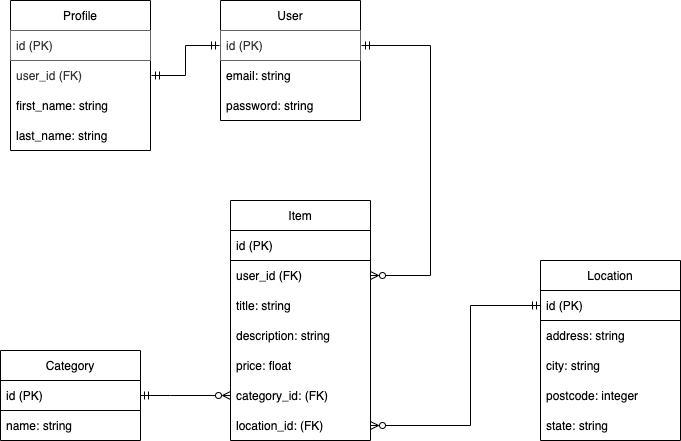
Above: docs/ERD.png in DamonJohnson/Flint (draw.io), before the change. Source tidied: cells renumbered, new cells last; positions are measured from the earlier drawing's top-left corner, leaving out a move shared by most shapes. The source it was exported from:
```xml
<mxGraphModel>
  <root>
    <mxCell id="0" />
    <mxCell id="1" parent="0" />
    <mxCell id="2" style="edgeStyle=orthogonalEdgeStyle;rounded=0;jettySize=auto;html=1;endArrow=ERzeroToMany;endFill=0;startArrow=ERmandOne;startFill=0;entryX=1;entryY=0.5;entryDx=0;entryDy=0;exitX=1;exitY=0.5;exitDx=0;exitDy=0;" parent="1" edge="1" source="5" target="11">
      <mxGeometry relative="1" as="geometry">
        <Array as="points">
          <mxPoint x="430" y="45" />
          <mxPoint x="430" y="275" />
        </Array>
      </mxGeometry>
    </mxCell>
    <mxCell id="3" style="edgeStyle=orthogonalEdgeStyle;rounded=0;jettySize=auto;html=1;endArrow=ERmandOne;endFill=0;startArrow=ERzeroToMany;startFill=0;entryX=0;entryY=0.5;entryDx=0;entryDy=0;exitX=1;exitY=0.5;exitDx=0;exitDy=0;" parent="1" edge="1" source="16" target="21">
      <mxGeometry relative="1" as="geometry">
        <Array as="points">
          <mxPoint x="470" y="425" />
          <mxPoint x="470" y="305" />
        </Array>
      </mxGeometry>
    </mxCell>
    <mxCell id="4" value="User" style="swimlane;fontStyle=0;horizontal=1;startSize=30;" parent="1" vertex="1">
      <mxGeometry x="220" width="140" height="120" as="geometry" />
    </mxCell>
    <mxCell id="5" value="id (PK)" style="text;align=left;verticalAlign=middle;spacingLeft=4;spacingRight=4;overflow=hidden;points=[[0,0.5],[1,0.5]];portConstraint=eastwest;perimeterSpacing=1;fillColor=none;fontColor=#333333;strokeColor=#666666;" parent="4" vertex="1">
      <mxGeometry y="30" width="140" height="30" as="geometry" />
    </mxCell>
    <mxCell id="6" value="email: string" style="text;strokeColor=none;fillColor=none;align=left;verticalAlign=middle;spacingLeft=4;spacingRight=4;overflow=hidden;" parent="4" vertex="1">
      <mxGeometry y="60" width="140" height="30" as="geometry" />
    </mxCell>
    <mxCell id="7" value="password: string" style="text;strokeColor=none;fillColor=none;align=left;verticalAlign=middle;spacingLeft=4;spacingRight=4;overflow=hidden;" parent="4" vertex="1">
      <mxGeometry y="90" width="140" height="30" as="geometry" />
    </mxCell>
    <mxCell id="8" style="edgeStyle=orthogonalEdgeStyle;rounded=0;jettySize=auto;html=1;endArrow=ERmandOne;endFill=0;startArrow=ERzeroToMany;startFill=0;exitX=0;exitY=0.5;exitDx=0;exitDy=0;entryX=1;entryY=0.5;entryDx=0;entryDy=0;" parent="1" edge="1" source="15" target="17">
      <mxGeometry relative="1" as="geometry">
        <Array as="points">
          <mxPoint x="170" y="395" />
          <mxPoint x="170" y="395" />
        </Array>
      </mxGeometry>
    </mxCell>
    <mxCell id="9" value="Item" style="swimlane;fontStyle=0;horizontal=1;startSize=30;" parent="1" vertex="1">
      <mxGeometry x="230" y="200" width="140" height="240" as="geometry" />
    </mxCell>
    <mxCell id="10" value="id (PK)" style="text;strokeColor=default;fillColor=none;align=left;verticalAlign=middle;spacingLeft=4;spacingRight=4;overflow=hidden;" parent="9" vertex="1">
      <mxGeometry y="30" width="140" height="30" as="geometry" />
    </mxCell>
    <mxCell id="11" value="user_id (FK)" style="text;strokeColor=none;fillColor=none;align=left;verticalAlign=middle;spacingLeft=4;spacingRight=4;overflow=hidden;points=[[0,0.5],[1,0.5]];portConstraint=eastwest;" parent="9" vertex="1">
      <mxGeometry y="60" width="140" height="30" as="geometry" />
    </mxCell>
    <mxCell id="12" value="title: string" style="text;strokeColor=none;fillColor=none;align=left;verticalAlign=middle;spacingLeft=4;spacingRight=4;overflow=hidden;" parent="9" vertex="1">
      <mxGeometry y="90" width="140" height="30" as="geometry" />
    </mxCell>
    <mxCell id="13" value="description: string" style="text;strokeColor=none;fillColor=none;align=left;verticalAlign=middle;spacingLeft=4;spacingRight=4;overflow=hidden;" parent="9" vertex="1">
      <mxGeometry y="120" width="140" height="30" as="geometry" />
    </mxCell>
    <mxCell id="14" value="price: float" style="text;strokeColor=none;fillColor=none;align=left;verticalAlign=middle;spacingLeft=4;spacingRight=4;overflow=hidden;" parent="9" vertex="1">
      <mxGeometry y="150" width="140" height="30" as="geometry" />
    </mxCell>
    <mxCell id="15" value="category_id: (FK)" style="text;strokeColor=none;fillColor=none;align=left;verticalAlign=middle;spacingLeft=4;spacingRight=4;overflow=hidden;points=[[0,0.5],[1,0.5]];portConstraint=eastwest;" parent="9" vertex="1">
      <mxGeometry y="180" width="140" height="30" as="geometry" />
    </mxCell>
    <mxCell id="16" value="location_id: (FK)" style="text;strokeColor=none;fillColor=none;align=left;verticalAlign=middle;spacingLeft=4;spacingRight=4;overflow=hidden;points=[[0,0.5],[1,0.5]];portConstraint=eastwest;" parent="9" vertex="1">
      <mxGeometry y="210" width="140" height="30" as="geometry" />
    </mxCell>
    <mxCell id="17" value="Category" style="swimlane;fontStyle=0;horizontal=1;startSize=30;" parent="1" vertex="1">
      <mxGeometry y="350" width="140" height="90" as="geometry" />
    </mxCell>
    <mxCell id="18" value="id (PK)" style="text;align=left;verticalAlign=middle;spacingLeft=4;spacingRight=4;overflow=hidden;strokeColor=default;fillColor=default;" parent="17" vertex="1">
      <mxGeometry y="30" width="140" height="30" as="geometry" />
    </mxCell>
    <mxCell id="19" value="name: string" style="text;strokeColor=none;fillColor=none;align=left;verticalAlign=middle;spacingLeft=4;spacingRight=4;overflow=hidden;" parent="17" vertex="1">
      <mxGeometry y="60" width="140" height="30" as="geometry" />
    </mxCell>
    <mxCell id="20" value="Location" style="swimlane;fontStyle=0;horizontal=1;startSize=30;" parent="1" vertex="1">
      <mxGeometry x="540" y="260" width="140" height="180" as="geometry" />
    </mxCell>
    <mxCell id="21" value="id (PK)" style="text;align=left;verticalAlign=middle;spacingLeft=4;spacingRight=4;overflow=hidden;points=[[0,0.5],[1,0.5]];portConstraint=eastwest;strokeColor=default;" parent="20" vertex="1">
      <mxGeometry y="30" width="140" height="30" as="geometry" />
    </mxCell>
    <mxCell id="22" value="address: string" style="text;align=left;verticalAlign=middle;spacingLeft=4;spacingRight=4;overflow=hidden;strokeColor=none;" parent="20" vertex="1">
      <mxGeometry y="60" width="140" height="30" as="geometry" />
    </mxCell>
    <mxCell id="23" value="city: string" style="text;strokeColor=none;fillColor=none;align=left;verticalAlign=middle;spacingLeft=4;spacingRight=4;overflow=hidden;" parent="20" vertex="1">
      <mxGeometry y="90" width="140" height="30" as="geometry" />
    </mxCell>
    <mxCell id="24" value="postcode: integer" style="text;strokeColor=none;fillColor=none;align=left;verticalAlign=middle;spacingLeft=4;spacingRight=4;overflow=hidden;" parent="20" vertex="1">
      <mxGeometry y="120" width="140" height="30" as="geometry" />
    </mxCell>
    <mxCell id="25" value="state: string" style="text;strokeColor=none;fillColor=none;align=left;verticalAlign=middle;spacingLeft=4;spacingRight=4;overflow=hidden;" parent="20" vertex="1">
      <mxGeometry y="150" width="140" height="30" as="geometry" />
    </mxCell>
    <mxCell id="26" value="Profile" style="swimlane;fontStyle=0;horizontal=1;startSize=30;" parent="1" vertex="1">
      <mxGeometry x="10" width="140" height="150" as="geometry" />
    </mxCell>
    <mxCell id="27" value="id (PK)" style="text;align=left;verticalAlign=middle;spacingLeft=4;spacingRight=4;overflow=hidden;perimeterSpacing=1;fillColor=none;fontColor=#333333;strokeColor=#666666;" parent="26" vertex="1">
      <mxGeometry y="30" width="140" height="30" as="geometry" />
    </mxCell>
    <mxCell id="28" value="user_id (FK)" style="text;align=left;verticalAlign=middle;spacingLeft=4;spacingRight=4;overflow=hidden;points=[[0,0.5],[1,0.5]];portConstraint=eastwest;perimeterSpacing=1;fillColor=none;fontColor=#333333;strokeColor=none;" parent="26" vertex="1">
      <mxGeometry y="60" width="140" height="30" as="geometry" />
    </mxCell>
    <mxCell id="29" value="first_name: string" style="text;strokeColor=none;fillColor=none;align=left;verticalAlign=middle;spacingLeft=4;spacingRight=4;overflow=hidden;" parent="26" vertex="1">
      <mxGeometry y="90" width="140" height="30" as="geometry" />
    </mxCell>
    <mxCell id="30" value="last_name: string" style="text;strokeColor=none;fillColor=none;align=left;verticalAlign=middle;spacingLeft=4;spacingRight=4;overflow=hidden;" parent="26" vertex="1">
      <mxGeometry y="120" width="140" height="30" as="geometry" />
    </mxCell>
    <mxCell id="31" style="edgeStyle=orthogonalEdgeStyle;rounded=0;jettySize=auto;html=1;entryX=0;entryY=0.5;entryDx=0;entryDy=0;endArrow=ERmandOne;endFill=0;startArrow=ERmandOne;startFill=0;" parent="1" edge="1" source="28" target="5">
      <mxGeometry relative="1" as="geometry" />
    </mxCell>
  </root>
</mxGraphModel>
```
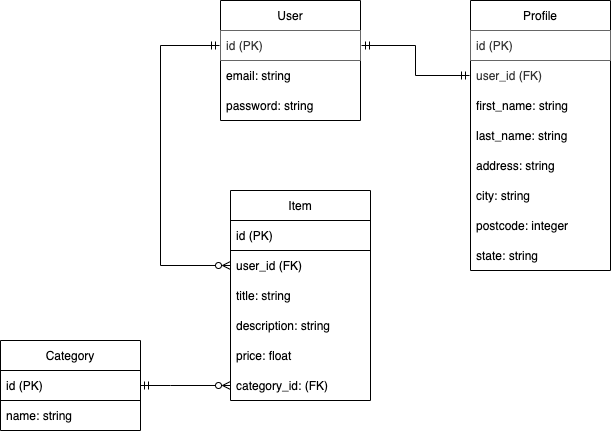
Above is the later version.

The edit, as a diff of the source:
```diff
@@ -2,24 +2,16 @@
   <root>
     <mxCell id="0" />
     <mxCell id="1" parent="0" />
-    <mxCell id="2" style="edgeStyle=orthogonalEdgeStyle;rounded=0;jettySize=auto;html=1;endArrow=ERzeroToMany;endFill=0;startArrow=ERmandOne;startFill=0;entryX=1;entryY=0.5;entryDx=0;entryDy=0;exitX=1;exitY=0.5;exitDx=0;exitDy=0;" parent="1" edge="1" source="5" target="11">
+    <mxCell id="2" style="edgeStyle=orthogonalEdgeStyle;rounded=0;jettySize=auto;html=1;endArrow=ERzeroToMany;endFill=0;startArrow=ERmandOne;startFill=0;entryX=0;entryY=0.5;entryDx=0;entryDy=0;exitX=0;exitY=0.5;exitDx=0;exitDy=0;" parent="1" edge="1" source="5" target="11">
       <mxGeometry relative="1" as="geometry">
         <Array as="points">
-          <mxPoint x="430" y="45" />
-          <mxPoint x="430" y="275" />
+          <mxPoint x="160" y="55" />
+          <mxPoint x="160" y="275" />
         </Array>
       </mxGeometry>
     </mxCell>
-    <mxCell id="3" style="edgeStyle=orthogonalEdgeStyle;rounded=0;jettySize=auto;html=1;endArrow=ERmandOne;endFill=0;startArrow=ERzeroToMany;startFill=0;entryX=0;entryY=0.5;entryDx=0;entryDy=0;exitX=1;exitY=0.5;exitDx=0;exitDy=0;" parent="1" edge="1" source="16" target="21">
-      <mxGeometry relative="1" as="geometry">
-        <Array as="points">
-          <mxPoint x="470" y="425" />
-          <mxPoint x="470" y="305" />
-        </Array>
-      </mxGeometry>
-    </mxCell>
     <mxCell id="4" value="User" style="swimlane;fontStyle=0;horizontal=1;startSize=30;" parent="1" vertex="1">
-      <mxGeometry x="220" width="140" height="120" as="geometry" />
+      <mxGeometry x="220" y="10" width="140" height="120" as="geometry" />
     </mxCell>
     <mxCell id="5" value="id (PK)" style="text;align=left;verticalAlign=middle;spacingLeft=4;spacingRight=4;overflow=hidden;points=[[0,0.5],[1,0.5]];portConstraint=eastwest;perimeterSpacing=1;fillColor=none;fontColor=#333333;strokeColor=#666666;" parent="4" vertex="1">
       <mxGeometry y="30" width="140" height="30" as="geometry" />
@@ -39,7 +31,7 @@
       </mxGeometry>
     </mxCell>
     <mxCell id="9" value="Item" style="swimlane;fontStyle=0;horizontal=1;startSize=30;" parent="1" vertex="1">
-      <mxGeometry x="230" y="200" width="140" height="240" as="geometry" />
+      <mxGeometry x="230" y="200" width="140" height="210" as="geometry" />
     </mxCell>
     <mxCell id="10" value="id (PK)" style="text;strokeColor=default;fillColor=none;align=left;verticalAlign=middle;spacingLeft=4;spacingRight=4;overflow=hidden;" parent="9" vertex="1">
       <mxGeometry y="30" width="140" height="30" as="geometry" />
@@ -59,9 +51,6 @@
     <mxCell id="15" value="category_id: (FK)" style="text;strokeColor=none;fillColor=none;align=left;verticalAlign=middle;spacingLeft=4;spacingRight=4;overflow=hidden;points=[[0,0.5],[1,0.5]];portConstraint=eastwest;" parent="9" vertex="1">
       <mxGeometry y="180" width="140" height="30" as="geometry" />
     </mxCell>
-    <mxCell id="16" value="location_id: (FK)" style="text;strokeColor=none;fillColor=none;align=left;verticalAlign=middle;spacingLeft=4;spacingRight=4;overflow=hidden;points=[[0,0.5],[1,0.5]];portConstraint=eastwest;" parent="9" vertex="1">
-      <mxGeometry y="210" width="140" height="30" as="geometry" />
-    </mxCell>
     <mxCell id="17" value="Category" style="swimlane;fontStyle=0;horizontal=1;startSize=30;" parent="1" vertex="1">
       <mxGeometry y="350" width="140" height="90" as="geometry" />
     </mxCell>
@@ -71,26 +60,8 @@
     <mxCell id="19" value="name: string" style="text;strokeColor=none;fillColor=none;align=left;verticalAlign=middle;spacingLeft=4;spacingRight=4;overflow=hidden;" parent="17" vertex="1">
       <mxGeometry y="60" width="140" height="30" as="geometry" />
     </mxCell>
-    <mxCell id="20" value="Location" style="swimlane;fontStyle=0;horizontal=1;startSize=30;" parent="1" vertex="1">
-      <mxGeometry x="540" y="260" width="140" height="180" as="geometry" />
-    </mxCell>
-    <mxCell id="21" value="id (PK)" style="text;align=left;verticalAlign=middle;spacingLeft=4;spacingRight=4;overflow=hidden;points=[[0,0.5],[1,0.5]];portConstraint=eastwest;strokeColor=default;" parent="20" vertex="1">
-      <mxGeometry y="30" width="140" height="30" as="geometry" />
-    </mxCell>
-    <mxCell id="22" value="address: string" style="text;align=left;verticalAlign=middle;spacingLeft=4;spacingRight=4;overflow=hidden;strokeColor=none;" parent="20" vertex="1">
-      <mxGeometry y="60" width="140" height="30" as="geometry" />
-    </mxCell>
-    <mxCell id="23" value="city: string" style="text;strokeColor=none;fillColor=none;align=left;verticalAlign=middle;spacingLeft=4;spacingRight=4;overflow=hidden;" parent="20" vertex="1">
-      <mxGeometry y="90" width="140" height="30" as="geometry" />
-    </mxCell>
-    <mxCell id="24" value="postcode: integer" style="text;strokeColor=none;fillColor=none;align=left;verticalAlign=middle;spacingLeft=4;spacingRight=4;overflow=hidden;" parent="20" vertex="1">
-      <mxGeometry y="120" width="140" height="30" as="geometry" />
-    </mxCell>
-    <mxCell id="25" value="state: string" style="text;strokeColor=none;fillColor=none;align=left;verticalAlign=middle;spacingLeft=4;spacingRight=4;overflow=hidden;" parent="20" vertex="1">
-      <mxGeometry y="150" width="140" height="30" as="geometry" />
-    </mxCell>
     <mxCell id="26" value="Profile" style="swimlane;fontStyle=0;horizontal=1;startSize=30;" parent="1" vertex="1">
-      <mxGeometry x="10" width="140" height="150" as="geometry" />
+      <mxGeometry x="470" y="10" width="140" height="270" as="geometry" />
     </mxCell>
     <mxCell id="27" value="id (PK)" style="text;align=left;verticalAlign=middle;spacingLeft=4;spacingRight=4;overflow=hidden;perimeterSpacing=1;fillColor=none;fontColor=#333333;strokeColor=#666666;" parent="26" vertex="1">
       <mxGeometry y="30" width="140" height="30" as="geometry" />
@@ -104,8 +75,20 @@
     <mxCell id="30" value="last_name: string" style="text;strokeColor=none;fillColor=none;align=left;verticalAlign=middle;spacingLeft=4;spacingRight=4;overflow=hidden;" parent="26" vertex="1">
       <mxGeometry y="120" width="140" height="30" as="geometry" />
     </mxCell>
-    <mxCell id="31" style="edgeStyle=orthogonalEdgeStyle;rounded=0;jettySize=auto;html=1;entryX=0;entryY=0.5;entryDx=0;entryDy=0;endArrow=ERmandOne;endFill=0;startArrow=ERmandOne;startFill=0;" parent="1" edge="1" source="28" target="5">
-      <mxGeometry relative="1" as="geometry" />
-    </mxCell>
+    <mxCell id="22" value="address: string" style="text;strokeColor=none;fillColor=none;align=left;verticalAlign=middle;spacingLeft=4;spacingRight=4;overflow=hidden;" parent="26" vertex="1">
+      <mxGeometry y="150" width="140" height="30" as="geometry" />
+    </mxCell>
+    <mxCell id="23" value="city: string" style="text;strokeColor=none;fillColor=none;align=left;verticalAlign=middle;spacingLeft=4;spacingRight=4;overflow=hidden;" parent="26" vertex="1">
+      <mxGeometry y="180" width="140" height="30" as="geometry" />
+    </mxCell>
+    <mxCell id="24" value="postcode: integer" style="text;strokeColor=none;fillColor=none;align=left;verticalAlign=middle;spacingLeft=4;spacingRight=4;overflow=hidden;" parent="26" vertex="1">
+      <mxGeometry y="210" width="140" height="30" as="geometry" />
+    </mxCell>
+    <mxCell id="25" value="state: string" style="text;strokeColor=none;fillColor=none;align=left;verticalAlign=middle;spacingLeft=4;spacingRight=4;overflow=hidden;" parent="26" vertex="1">
+      <mxGeometry y="240" width="140" height="30" as="geometry" />
+    </mxCell>
+    <mxCell id="32" style="edgeStyle=orthogonalEdgeStyle;rounded=0;jettySize=auto;html=1;entryX=0;entryY=0.5;entryDx=0;entryDy=0;startArrow=ERmandOne;startFill=0;endArrow=ERmandOne;endFill=0;" parent="1" edge="1" source="5" target="28">
+      <mxGeometry relative="1" as="geometry" />
+    </mxCell>
   </root>
 </mxGraphModel>
```
